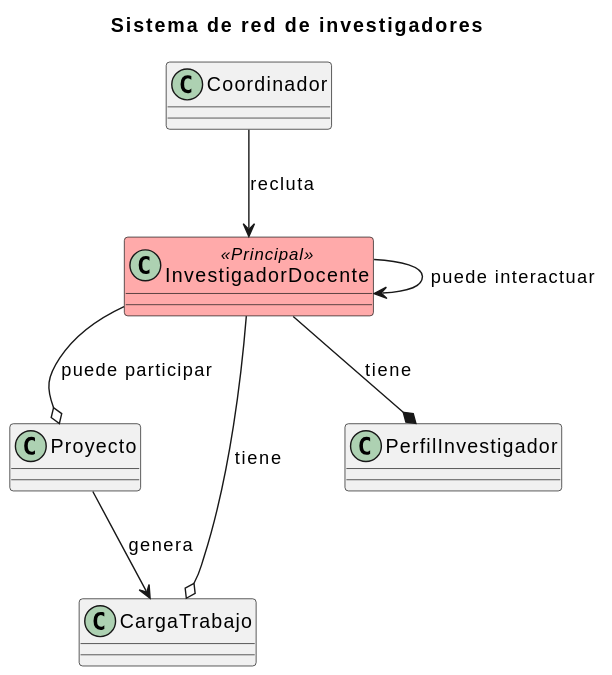
Above: documentación/ModeloDelDominio/Imagenes/Clases/ClasesRed.svg in 31Diego/25-26-IdSw1-SdR (PlantUML), before the change. Source of this version:
```plantuml
@startuml
title: Sistema de red de investigadores



class InvestigadorDocente <<Principal>> #FFAAAA{

}


class Proyecto{

}


class Coordinador{

}




class CargaTrabajo{

}



class PerfilInvestigador{

}




InvestigadorDocente --o Proyecto: puede participar
InvestigadorDocente --o CargaTrabajo: tiene
InvestigadorDocente --* PerfilInvestigador: tiene
InvestigadorDocente --> InvestigadorDocente: puede interactuar

Proyecto --> CargaTrabajo: genera

Coordinador --> InvestigadorDocente: recluta
@enduml
```
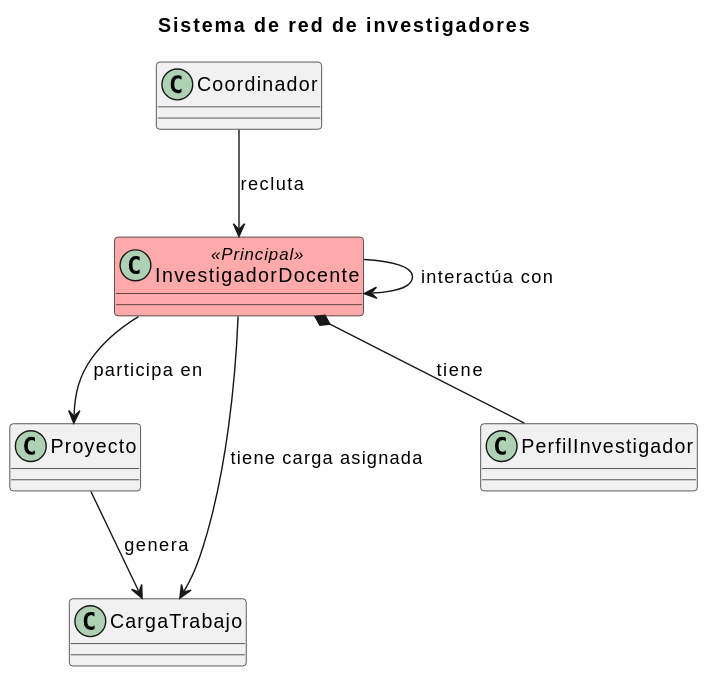
The same diagram one commit later.

Change to the diagram source:
```diff
@@ -1,44 +1,27 @@
 @startuml
-title: Sistema de red de investigadores
+title Sistema de red de investigadores
 
-
-
-class InvestigadorDocente <<Principal>> #FFAAAA{
-
+class InvestigadorDocente <<Principal>> #FFAAAA {
 }
 
-
-class Proyecto{
-
+class Proyecto {
 }
 
-
-class Coordinador{
-
+class Coordinador {
 }
 
-
-
-
-class CargaTrabajo{
-
+class CargaTrabajo {
 }
 
-
-
-class PerfilInvestigador{
-
+class PerfilInvestigador {
 }
 
+InvestigadorDocente --> Proyecto : participa en
+InvestigadorDocente --> CargaTrabajo : tiene carga asignada
+InvestigadorDocente *-- PerfilInvestigador : tiene
+InvestigadorDocente --> InvestigadorDocente : interactúa con
 
+Proyecto --> CargaTrabajo : genera
 
-
-InvestigadorDocente --o Proyecto: puede participar
-InvestigadorDocente --o CargaTrabajo: tiene
-InvestigadorDocente --* PerfilInvestigador: tiene
-InvestigadorDocente --> InvestigadorDocente: puede interactuar
-
-Proyecto --> CargaTrabajo: genera
-
-Coordinador --> InvestigadorDocente: recluta
+Coordinador --> InvestigadorDocente : recluta
 @enduml
```
